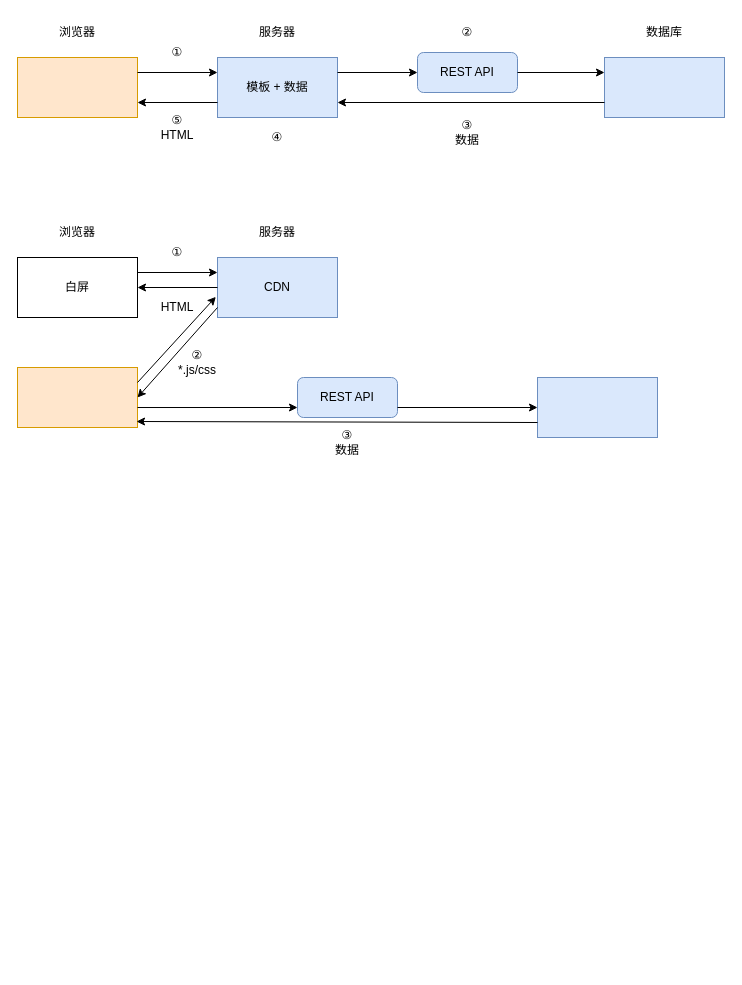
yzqzy/notes keeps this draw.io diagram as page "ssr、csr" (4 of 4) of books/Vue.js设计与实现/vue.js 3.drawio. Above is the earlier version. Source tidied: cells renumbered, new cells numbered last; positions are measured from the earlier drawing's top-left corner, leaving out a move shared by most shapes. Both pictures are drawn from the tidied source at 100%, with x=0, y=0 at pixel (17, 17).
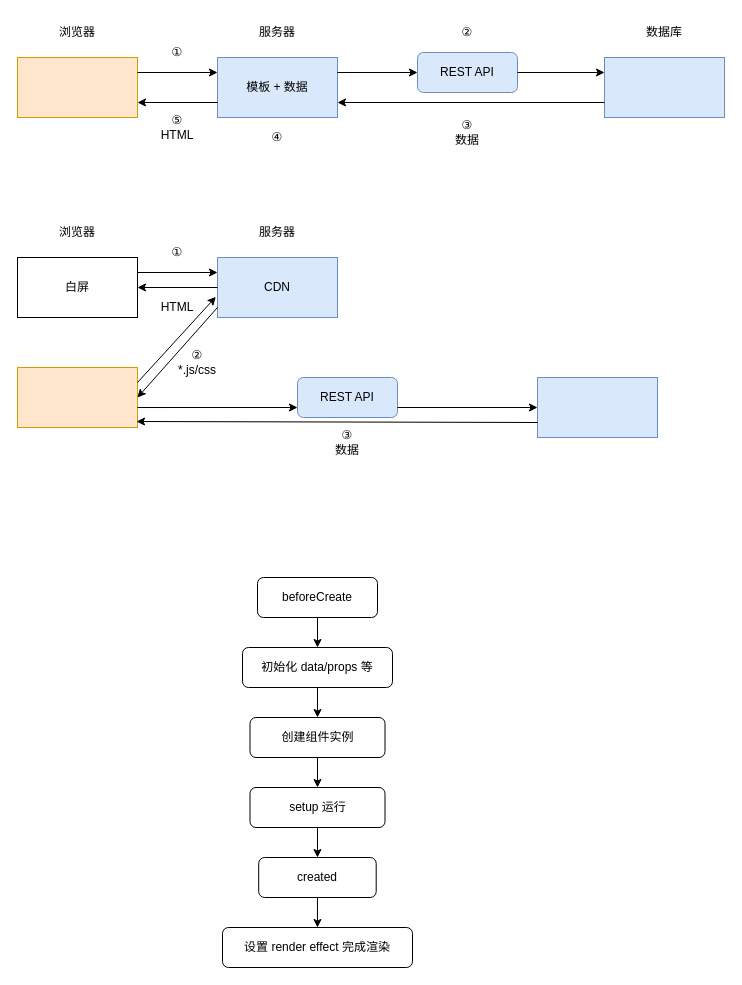
The same page after the edit.

What changed in the source:
```diff
@@
+    <mxCell id="37" value="beforeCreate" style="rounded=1;whiteSpace=wrap;html=1;" parent="1" vertex="1">
+      <mxGeometry x="240" y="560" width="120" height="40" as="geometry" />
+    </mxCell>
+    <mxCell id="38" value="初始化 data/props 等" style="rounded=1;whiteSpace=wrap;html=1;" parent="1" vertex="1">
+      <mxGeometry x="225" y="630" width="150" height="40" as="geometry" />
+    </mxCell>
+    <mxCell id="39" value="创建组件实例" style="rounded=1;whiteSpace=wrap;html=1;" parent="1" vertex="1">
+      <mxGeometry x="232.5" y="700" width="135" height="40" as="geometry" />
+    </mxCell>
+    <mxCell id="40" value="setup 运行" style="rounded=1;whiteSpace=wrap;html=1;" parent="1" vertex="1">
+      <mxGeometry x="232.5" y="770" width="135" height="40" as="geometry" />
+    </mxCell>
+    <mxCell id="41" value="created" style="rounded=1;whiteSpace=wrap;html=1;" parent="1" vertex="1">
+      <mxGeometry x="241.2" y="840" width="117.5" height="40" as="geometry" />
+    </mxCell>
+    <mxCell id="42" value="设置 render effect 完成渲染" style="rounded=1;whiteSpace=wrap;html=1;" parent="1" vertex="1">
+      <mxGeometry x="205" y="910" width="190" height="40" as="geometry" />
+    </mxCell>
+    <mxCell id="43" style="endArrow=classic;html=1;rounded=0;exitX=0.5;exitY=1;exitDx=0;exitDy=0;" parent="1" edge="1" source="37" target="38">
+      <mxGeometry relative="1" as="geometry" />
+    </mxCell>
+    <mxCell id="44" style="endArrow=classic;html=1;rounded=0;exitX=0.5;exitY=1;exitDx=0;exitDy=0;entryX=0.5;entryY=0;entryDx=0;entryDy=0;" parent="1" edge="1" source="38" target="39">
+      <mxGeometry relative="1" as="geometry" />
+    </mxCell>
+    <mxCell id="45" style="endArrow=classic;html=1;rounded=0;exitX=0.5;exitY=1;exitDx=0;exitDy=0;entryX=0.5;entryY=0;entryDx=0;entryDy=0;" parent="1" edge="1" source="39" target="40">
+      <mxGeometry relative="1" as="geometry" />
+    </mxCell>
+    <mxCell id="46" style="endArrow=classic;html=1;rounded=0;exitX=0.5;exitY=1;exitDx=0;exitDy=0;" parent="1" edge="1" source="40" target="41">
+      <mxGeometry relative="1" as="geometry" />
+    </mxCell>
+    <mxCell id="47" style="endArrow=classic;html=1;rounded=0;exitX=0.5;exitY=1;exitDx=0;exitDy=0;" parent="1" edge="1" source="41" target="42">
+      <mxGeometry relative="1" as="geometry" />
+    </mxCell>
```
